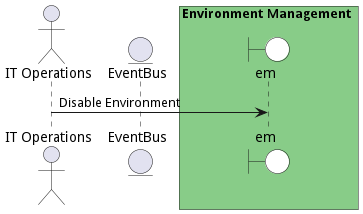
This is docs/edgemere/aml/ds/em/usecases/manageenvironment/DisableEnvironment.png from madajaju/edgemere, a PlantUML export, as it was before one commit.
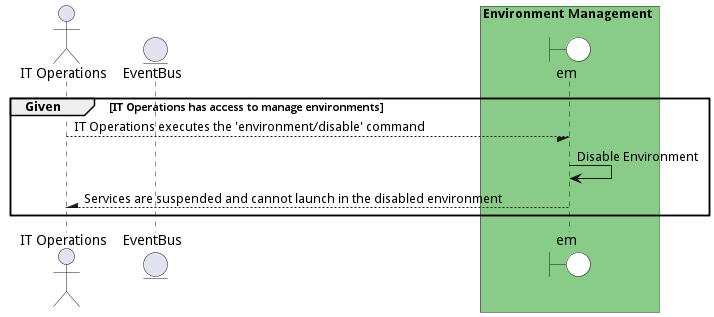
Above is the later version.

Change to the diagram source:
```diff
@@ -1,4 +1,5 @@
 @startuml
+
 
 actor "IT Operations"
 
@@ -10,9 +11,16 @@
 end box
 
 
+group Given [IT Operations has access to manage environments]
 
-"IT Operations" -> em: Disable Environment
+"IT Operations" --/ em: IT Operations executes the &#39;environment/disable&#39; command
+"em" -> em: Disable Environment
 
 
 
+"IT Operations" /-- em: Services are suspended and cannot launch in the disabled environment
+
+
+end
+
 @enduml
```
